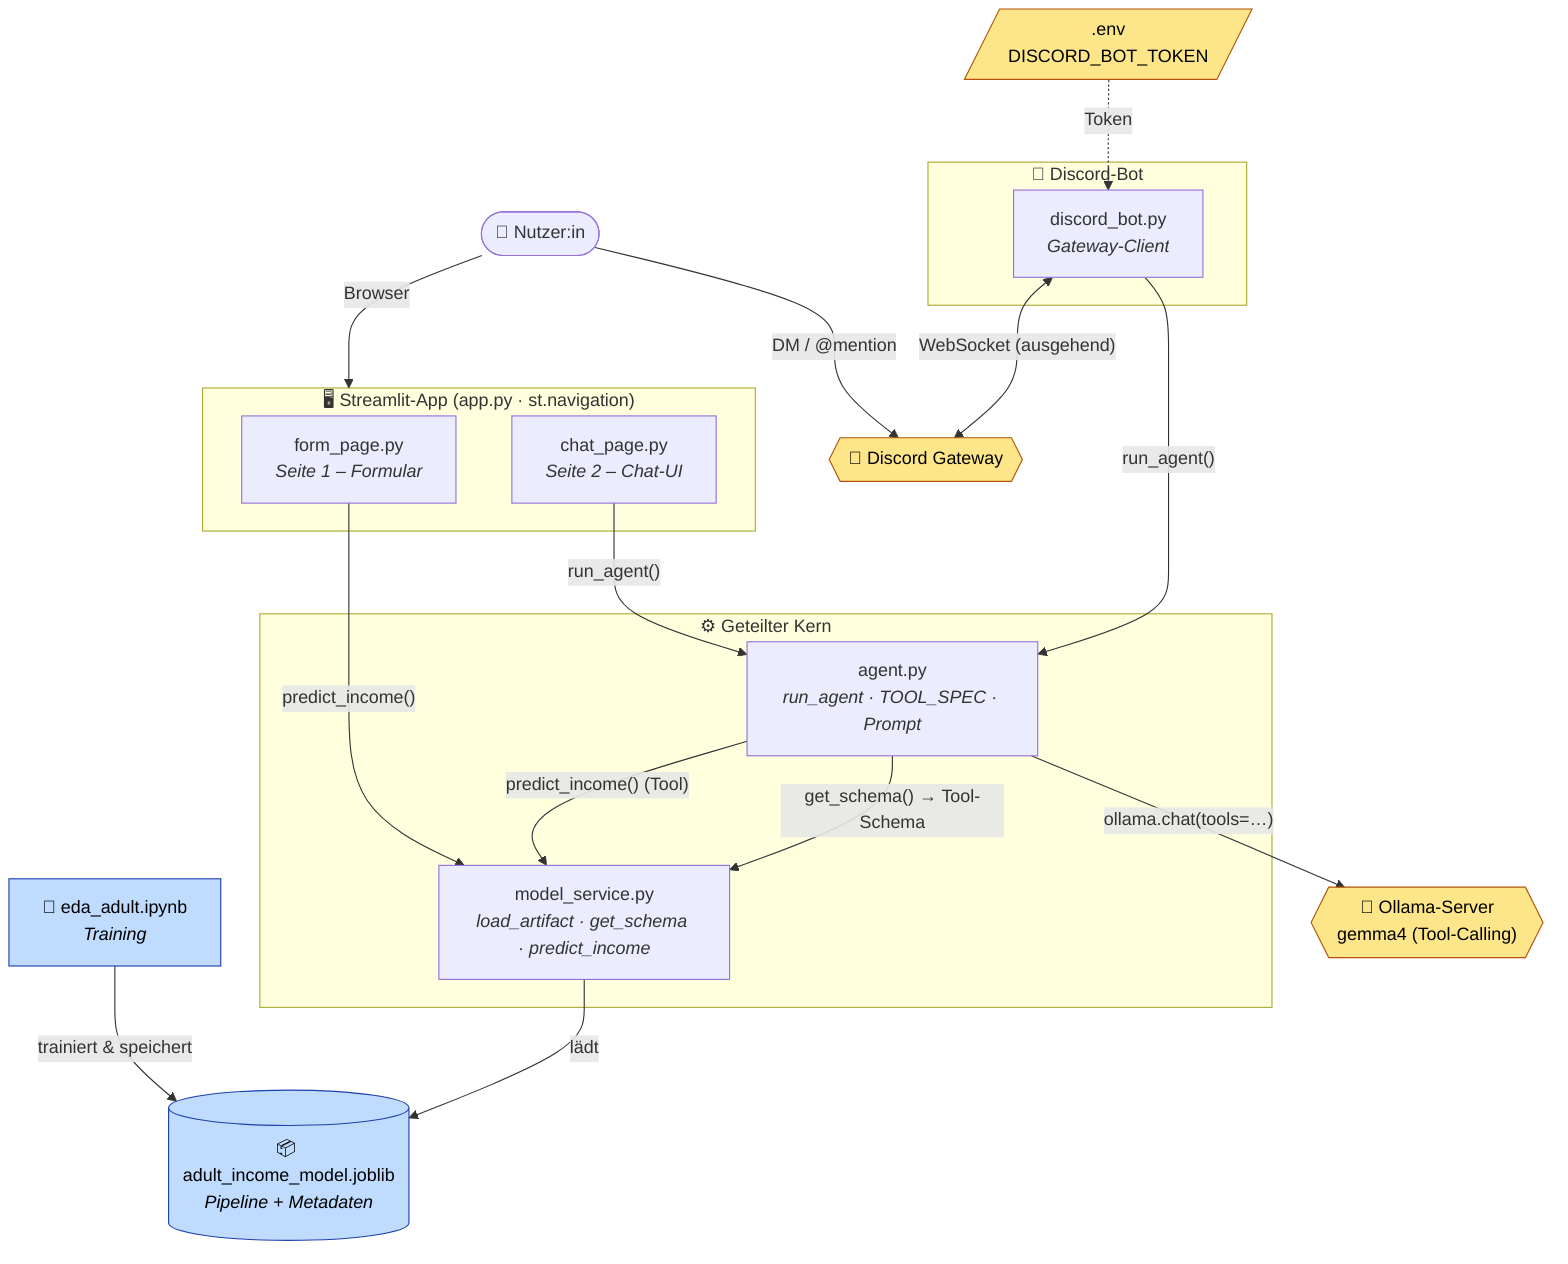
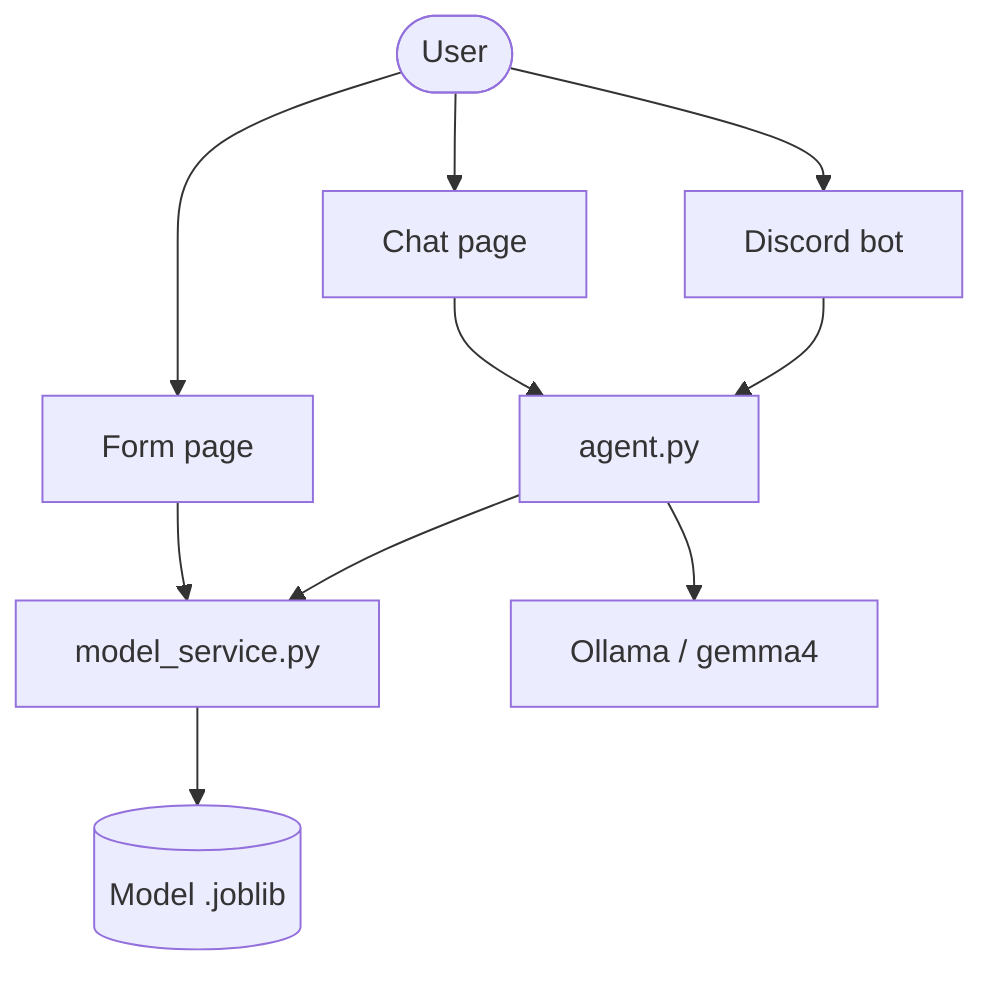
flowchart TB
-     user([👤 Nutzer:in])
+     user([User])

-     subgraph streamlit["🖥️ Streamlit-App (app.py · st.navigation)"]
-         form["form_page.py<br/><i>Seite 1 – Formular</i>"]
-         chat["chat_page.py<br/><i>Seite 2 – Chat-UI</i>"]
-     end
+     form[Form page]
+     chat[Chat page]
+     bot[Discord bot]

-     subgraph discordcomp["🤖 Discord-Bot"]
-         bot["discord_bot.py<br/><i>Gateway-Client</i>"]
-     end
+     agent[agent.py]
+     service[model_service.py]
+     model[(Model .joblib)]
+     ollama[Ollama / gemma4]

-     subgraph core["⚙️ Geteilter Kern"]
-         agent["agent.py<br/><i>run_agent · TOOL_SPEC · Prompt</i>"]
-         svc["model_service.py<br/><i>load_artifact · get_schema · predict_income</i>"]
-     end
+     user --> form
+     user --> chat
+     user --> bot

-     model[("📦 adult_income_model.joblib<br/><i>Pipeline + Metadaten</i>")]
-     nb["📓 eda_adult.ipynb<br/><i>Training</i>"]
+     form --> service
+     chat --> agent
+     bot --> agent

-     ollama{{"🦙 Ollama-Server<br/>gemma4 (Tool-Calling)"}}
-     gateway{{"💬 Discord Gateway"}}
-     env[/".env<br/>DISCORD_BOT_TOKEN"/]
- 
-     %% Nutzerzugänge
-     user -->|"Browser"| streamlit
-     user -->|"DM / @mention"| gateway
- 
-     %% Training -> Artefakt
-     nb -->|"trainiert &amp; speichert"| model
- 
-     %% UI -> Kern
-     form -->|"predict_income()"| svc
-     chat -->|"run_agent()"| agent
-     bot  -->|"run_agent()"| agent
- 
-     %% Kern intern / extern
-     agent -->|"predict_income() (Tool)"| svc
-     agent -->|"get_schema() → Tool-Schema"| svc
-     agent -->|"ollama.chat(tools=…)"| ollama
-     svc  -->|"lädt"| model
- 
-     %% Bot-Anbindung
-     bot <-->|"WebSocket (ausgehend)"| gateway
-     env -.->|"Token"| bot
- 
-     classDef external fill:#fde68a,stroke:#b45309,color:#000;
-     classDef artifact fill:#bfdbfe,stroke:#1e40af,color:#000;
-     class ollama,gateway,env external;
-     class model,nb artifact;+     agent --> service
+     agent --> ollama
+     service --> model
